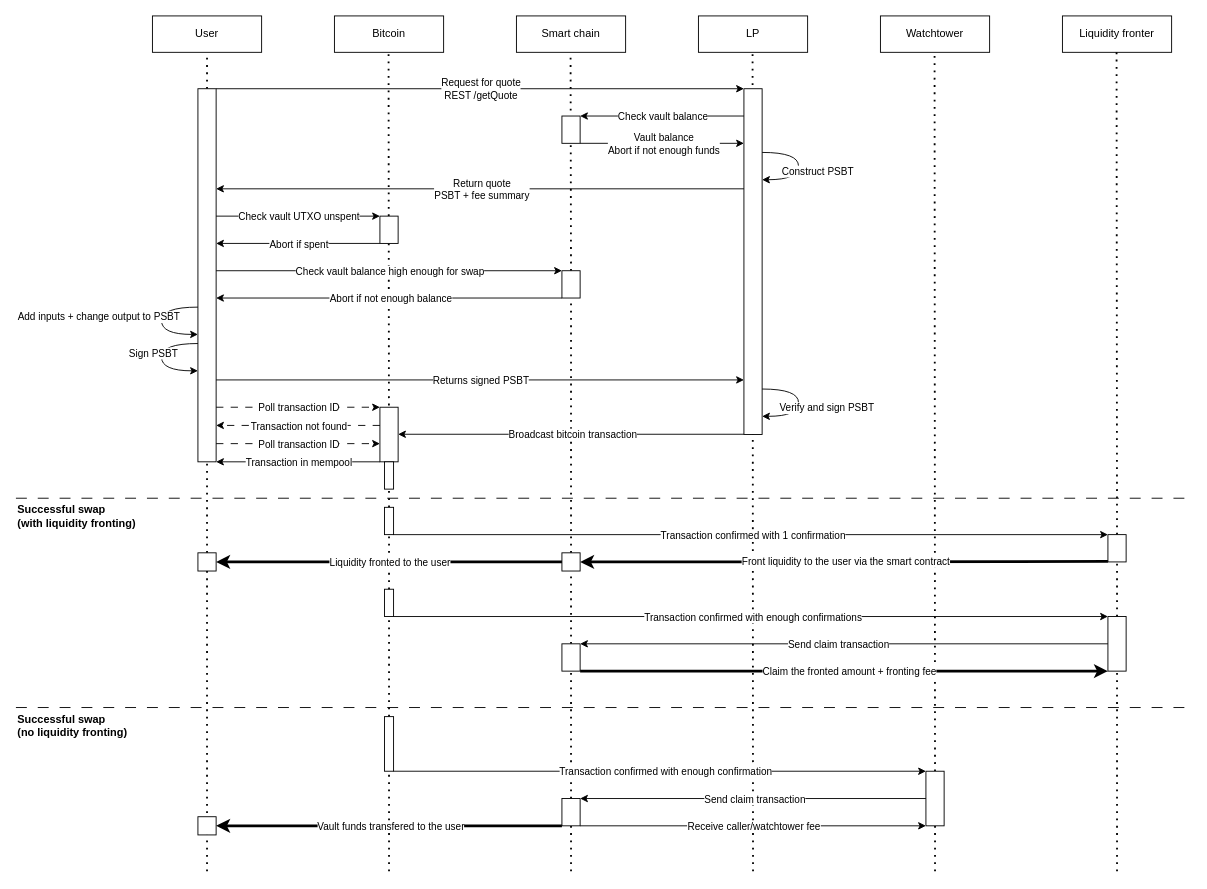
This is diagrams/frombtc-new-swap-flow-diagram.drawio from atomiqlabs/atomiq-docs, a draw.io file, before an edit. Source tidied: cells renumbered, new cells numbered last; positions are measured from the earlier drawing's top-left corner, leaving out a move shared by most shapes. Both pictures are drawn from the tidied source at 91%, with x=0, y=0 at pixel (15, 15).
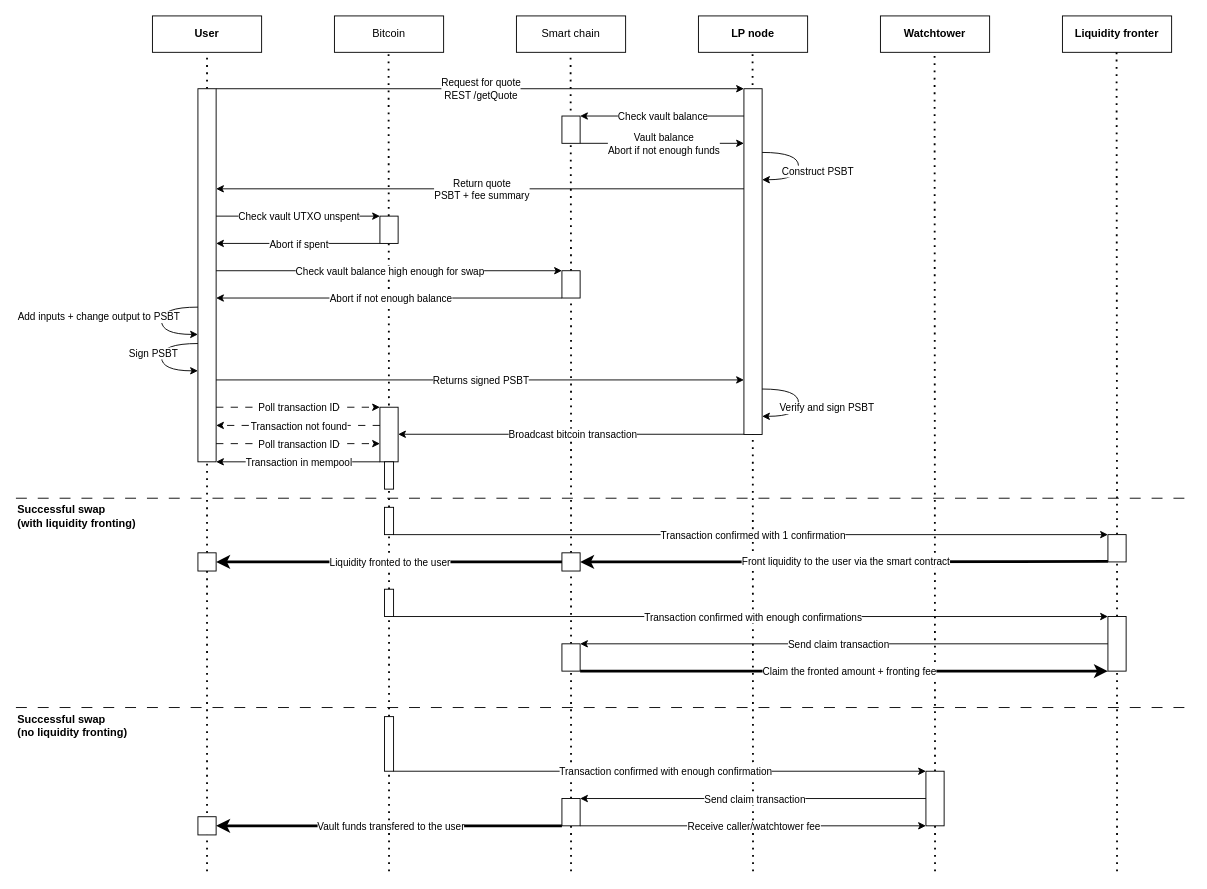
After the change.

The edit, as a diff of the source:
```diff
@@
-    <mxCell id="2" value="User" style="rounded=0;whiteSpace=wrap;html=1;" parent="1" vertex="1">
+    <mxCell id="2" value="&lt;b&gt;User&lt;/b&gt;" style="rounded=0;whiteSpace=wrap;html=1;" parent="1" vertex="1">
       <mxGeometry x="150" width="120" height="40" as="geometry" />
     </mxCell>
@@
-    <mxCell id="4" value="LP" style="rounded=0;whiteSpace=wrap;html=1;" parent="1" vertex="1">
+    <mxCell id="4" value="&lt;b&gt;LP node&lt;/b&gt;" style="rounded=0;whiteSpace=wrap;html=1;" parent="1" vertex="1">
       <mxGeometry x="750" width="120" height="40" as="geometry" />
     </mxCell>
@@
-    <mxCell id="6" value="Watchtower" style="rounded=0;whiteSpace=wrap;html=1;" parent="1" vertex="1">
+    <mxCell id="6" value="&lt;b&gt;Watchtower&lt;/b&gt;" style="rounded=0;whiteSpace=wrap;html=1;" parent="1" vertex="1">
       <mxGeometry x="950" width="120" height="40" as="geometry" />
     </mxCell>
@@
-    <mxCell id="8" value="Liquidity fronter" style="rounded=0;whiteSpace=wrap;html=1;" parent="1" vertex="1">
+    <mxCell id="8" value="&lt;b&gt;Liquidity fronter&lt;/b&gt;" style="rounded=0;whiteSpace=wrap;html=1;" parent="1" vertex="1">
       <mxGeometry x="1150" width="120" height="40" as="geometry" />
     </mxCell>
```
